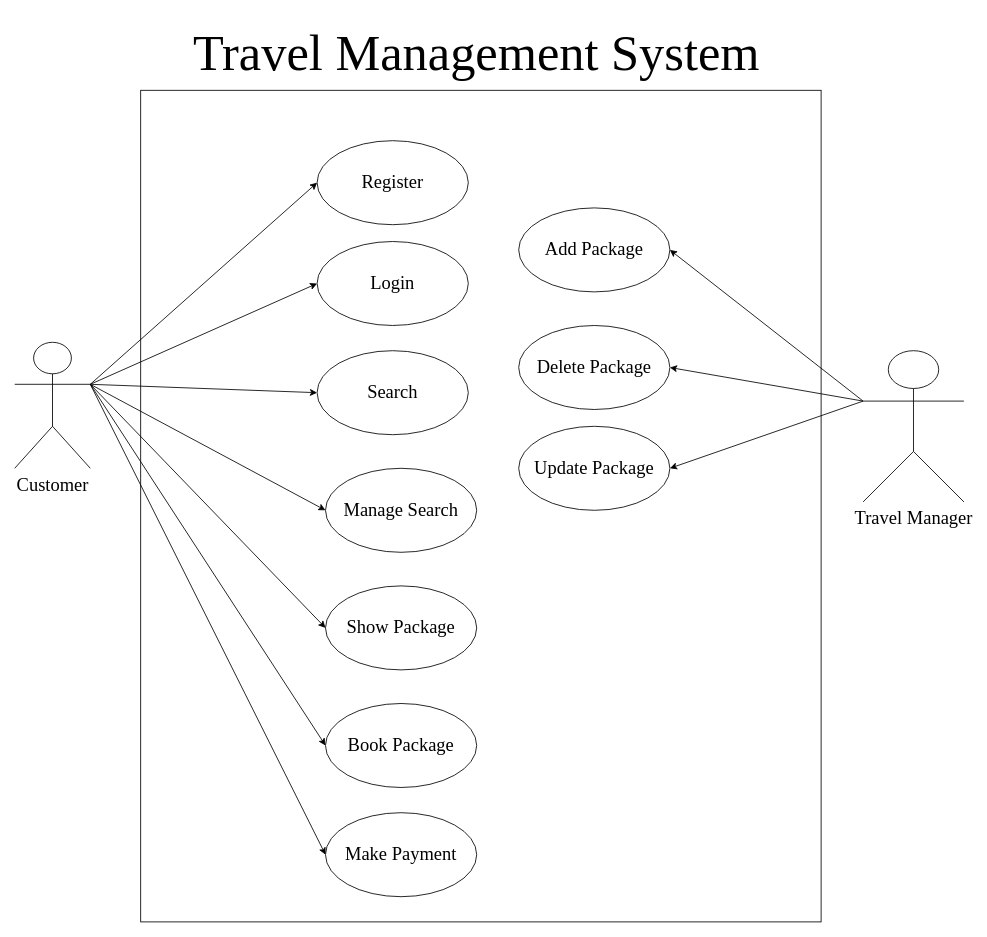
shreyzo/Travel-Management-System keeps this draw.io diagram as Travel Managemet System/Use Case Diagram.drawio. Above is the earlier version. Source tidied: cells renumbered, new cells numbered last; positions are measured from the earlier drawing's top-left corner, leaving out a move shared by most shapes. Both pictures are drawn from the tidied source at 84%, with x=0, y=0 at pixel (14, 14).
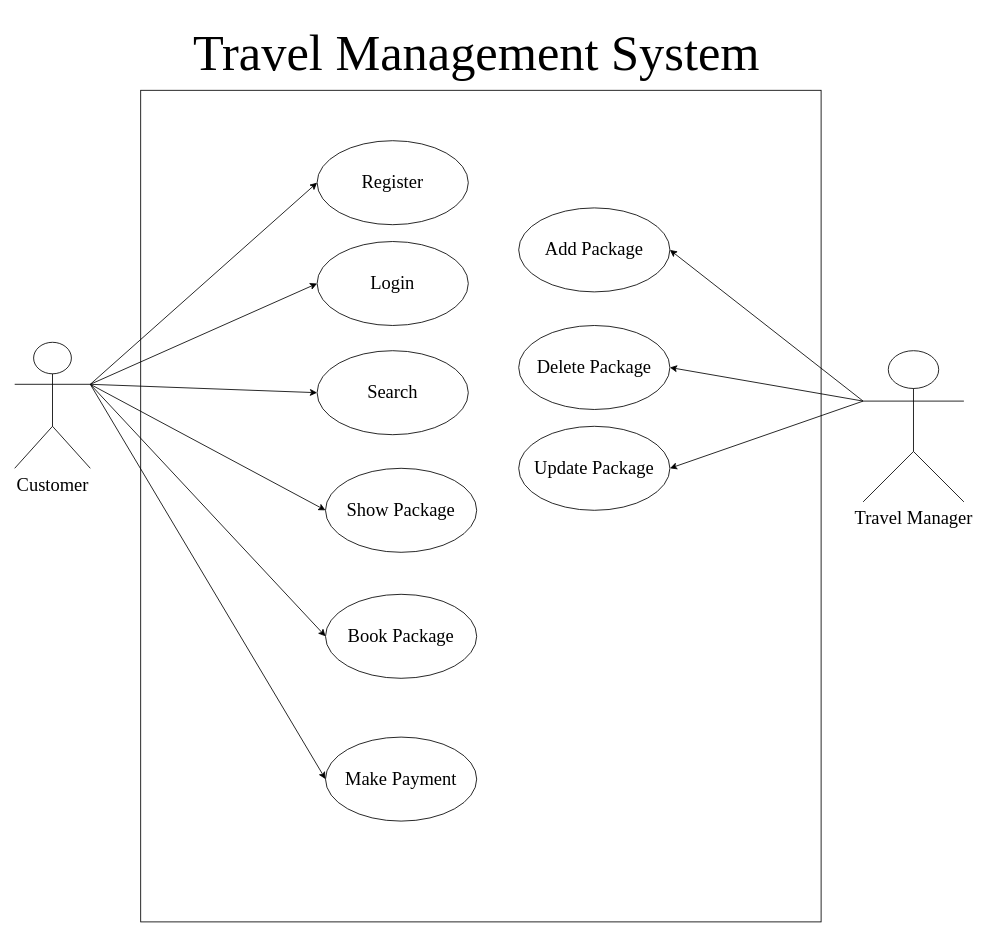
After the change.

The change refers to these unchanged cells:
```xml
<mxCell id="13" value="Customer" style="shape=umlActor;verticalLabelPosition=bottom;labelBackgroundColor=#ffffff;verticalAlign=top;html=1;outlineConnect=0;fontFamily=Times New Roman;fontSize=22;" parent="1" vertex="1">
  <mxGeometry y="390" width="90" height="150" as="geometry" />
</mxCell>
```

Diff of the diagram source:
```diff
@@
     <mxCell id="4" value="Show Package" style="ellipse;whiteSpace=wrap;html=1;fontFamily=Times New Roman;fontSize=22;" parent="1" vertex="1">
-      <mxGeometry x="370" y="680" width="180" height="100" as="geometry" />
+      <mxGeometry x="370" y="540" width="180" height="100" as="geometry" />
     </mxCell>
-    <mxCell id="5" value="&lt;font style=&quot;font-size: 22px;&quot;&gt;Manage Search&lt;/font&gt;" style="ellipse;whiteSpace=wrap;html=1;fontFamily=Times New Roman;fontSize=22;" parent="1" vertex="1">
-      <mxGeometry x="370" y="540" width="180" height="100" as="geometry" />
-    </mxCell>
@@
     <mxCell id="9" value="Make Payment" style="ellipse;whiteSpace=wrap;html=1;fontFamily=Times New Roman;fontSize=22;" parent="1" vertex="1">
-      <mxGeometry x="370" y="950" width="180" height="100" as="geometry" />
+      <mxGeometry x="370" y="860" width="180" height="100" as="geometry" />
     </mxCell>
     <mxCell id="10" value="Book Package" style="ellipse;whiteSpace=wrap;html=1;fontFamily=Times New Roman;fontSize=22;" parent="1" vertex="1">
-      <mxGeometry x="370" y="820" width="180" height="100" as="geometry" />
+      <mxGeometry x="370" y="690" width="180" height="100" as="geometry" />
     </mxCell>
@@
-    <mxCell id="17" style="endArrow=classic;html=1;fontFamily=Times New Roman;fontSize=22;entryX=0;entryY=0.5;entryDx=0;entryDy=0;exitX=1;exitY=0.3333333333333333;exitDx=0;exitDy=0;exitPerimeter=0;" parent="1" edge="1" source="13" target="5">
-      <mxGeometry relative="1" as="geometry" />
+    <mxCell id="17" style="endArrow=classic;html=1;fontFamily=Times New Roman;fontSize=22;entryX=0;entryY=0.5;entryDx=0;entryDy=0;exitX=1;exitY=0.3333333333333333;exitDx=0;exitDy=0;exitPerimeter=0;" parent="1" edge="1" source="13">
+      <mxGeometry relative="1" as="geometry">
+        <mxPoint x="370" y="590" as="targetPoint" />
+      </mxGeometry>
     </mxCell>
@@
-    <mxCell id="19" style="endArrow=classic;html=1;fontFamily=Times New Roman;fontSize=22;entryX=0;entryY=0.5;entryDx=0;entryDy=0;exitX=1;exitY=0.3333333333333333;exitDx=0;exitDy=0;exitPerimeter=0;" parent="1" edge="1" source="13" target="4">
-      <mxGeometry relative="1" as="geometry" />
-    </mxCell>
```
